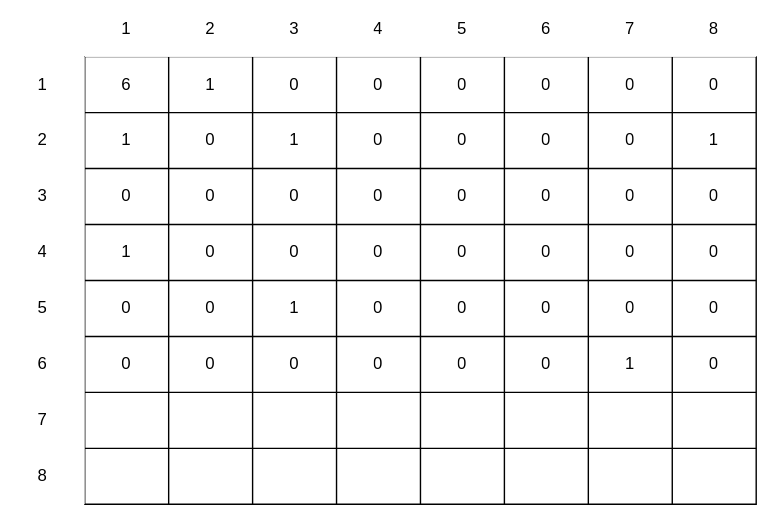
mdmundo/diagrams keeps this draw.io diagram as Processamento de Imagens - Atividades do dia 2022-06-09-b.svg. Above is the earlier version. Source tidied: cells renumbered, new cells last; positions are measured from the earlier drawing's top-left corner, leaving out a move shared by most shapes.
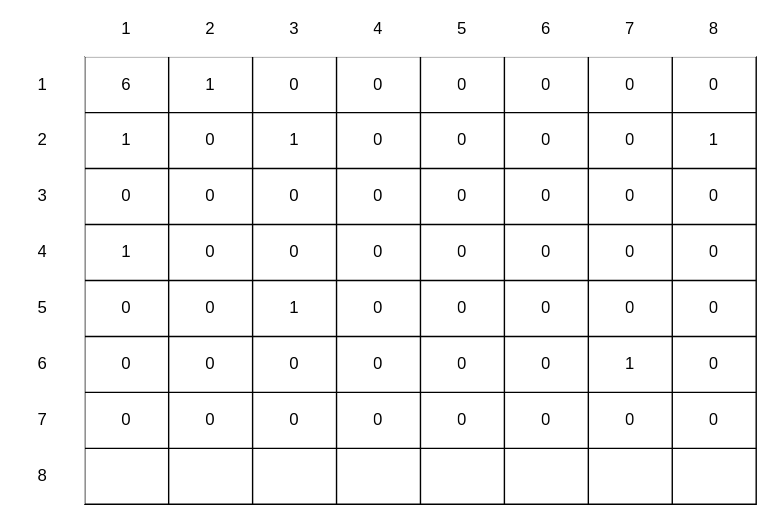
After the commit.

Diff of the diagram source:
```diff
@@ -170,28 +170,28 @@
     <mxCell id="57" style="shape=tableRow;horizontal=0;startSize=0;swimlaneHead=0;swimlaneBody=0;top=0;left=0;bottom=0;right=0;fillColor=none;strokeColor=default;strokeWidth=1;" parent="2" vertex="1">
       <mxGeometry y="240" width="480" height="40" as="geometry" />
     </mxCell>
-    <mxCell id="58" style="shape=partialRectangle;html=1;whiteSpace=wrap;overflow=hidden;fillColor=none;top=0;left=0;bottom=0;right=0;strokeColor=default;strokeWidth=1;" parent="57" vertex="1">
+    <mxCell id="58" value="0" style="shape=partialRectangle;html=1;whiteSpace=wrap;overflow=hidden;fillColor=none;top=0;left=0;bottom=0;right=0;strokeColor=default;strokeWidth=1;" parent="57" vertex="1">
       <mxGeometry width="60" height="40" as="geometry" />
     </mxCell>
-    <mxCell id="59" style="shape=partialRectangle;html=1;whiteSpace=wrap;overflow=hidden;fillColor=none;top=0;left=0;bottom=0;right=0;strokeColor=default;strokeWidth=1;" parent="57" vertex="1">
+    <mxCell id="59" value="0" style="shape=partialRectangle;html=1;whiteSpace=wrap;overflow=hidden;fillColor=none;top=0;left=0;bottom=0;right=0;strokeColor=default;strokeWidth=1;" parent="57" vertex="1">
       <mxGeometry x="60" width="60" height="40" as="geometry" />
     </mxCell>
-    <mxCell id="60" style="shape=partialRectangle;html=1;whiteSpace=wrap;overflow=hidden;fillColor=none;top=0;left=0;bottom=0;right=0;strokeColor=default;strokeWidth=1;" parent="57" vertex="1">
+    <mxCell id="60" value="0" style="shape=partialRectangle;html=1;whiteSpace=wrap;overflow=hidden;fillColor=none;top=0;left=0;bottom=0;right=0;strokeColor=default;strokeWidth=1;" parent="57" vertex="1">
       <mxGeometry x="120" width="60" height="40" as="geometry" />
     </mxCell>
-    <mxCell id="61" style="shape=partialRectangle;html=1;whiteSpace=wrap;overflow=hidden;fillColor=none;top=0;left=0;bottom=0;right=0;strokeColor=default;strokeWidth=1;" parent="57" vertex="1">
+    <mxCell id="61" value="0" style="shape=partialRectangle;html=1;whiteSpace=wrap;overflow=hidden;fillColor=none;top=0;left=0;bottom=0;right=0;strokeColor=default;strokeWidth=1;" parent="57" vertex="1">
       <mxGeometry x="180" width="60" height="40" as="geometry" />
     </mxCell>
-    <mxCell id="62" style="shape=partialRectangle;html=1;whiteSpace=wrap;overflow=hidden;fillColor=none;top=0;left=0;bottom=0;right=0;strokeColor=default;strokeWidth=1;" parent="57" vertex="1">
+    <mxCell id="62" value="0" style="shape=partialRectangle;html=1;whiteSpace=wrap;overflow=hidden;fillColor=none;top=0;left=0;bottom=0;right=0;strokeColor=default;strokeWidth=1;" parent="57" vertex="1">
       <mxGeometry x="240" width="60" height="40" as="geometry" />
     </mxCell>
-    <mxCell id="63" style="shape=partialRectangle;html=1;whiteSpace=wrap;overflow=hidden;fillColor=none;top=0;left=0;bottom=0;right=0;strokeColor=default;strokeWidth=1;" parent="57" vertex="1">
+    <mxCell id="63" value="0" style="shape=partialRectangle;html=1;whiteSpace=wrap;overflow=hidden;fillColor=none;top=0;left=0;bottom=0;right=0;strokeColor=default;strokeWidth=1;" parent="57" vertex="1">
       <mxGeometry x="300" width="60" height="40" as="geometry" />
     </mxCell>
-    <mxCell id="64" style="shape=partialRectangle;html=1;whiteSpace=wrap;overflow=hidden;fillColor=none;top=0;left=0;bottom=0;right=0;strokeColor=default;strokeWidth=1;" parent="57" vertex="1">
+    <mxCell id="64" value="0" style="shape=partialRectangle;html=1;whiteSpace=wrap;overflow=hidden;fillColor=none;top=0;left=0;bottom=0;right=0;strokeColor=default;strokeWidth=1;" parent="57" vertex="1">
       <mxGeometry x="360" width="60" height="40" as="geometry" />
     </mxCell>
-    <mxCell id="65" style="shape=partialRectangle;html=1;whiteSpace=wrap;overflow=hidden;fillColor=none;top=0;left=0;bottom=0;right=0;strokeColor=default;strokeWidth=1;" parent="57" vertex="1">
+    <mxCell id="65" value="0" style="shape=partialRectangle;html=1;whiteSpace=wrap;overflow=hidden;fillColor=none;top=0;left=0;bottom=0;right=0;strokeColor=default;strokeWidth=1;" parent="57" vertex="1">
       <mxGeometry x="420" width="60" height="40" as="geometry" />
     </mxCell>
     <mxCell id="66" style="shape=tableRow;horizontal=0;startSize=0;swimlaneHead=0;swimlaneBody=0;top=0;left=0;bottom=0;right=0;fillColor=none;strokeColor=default;strokeWidth=1;" parent="2" vertex="1">
```
